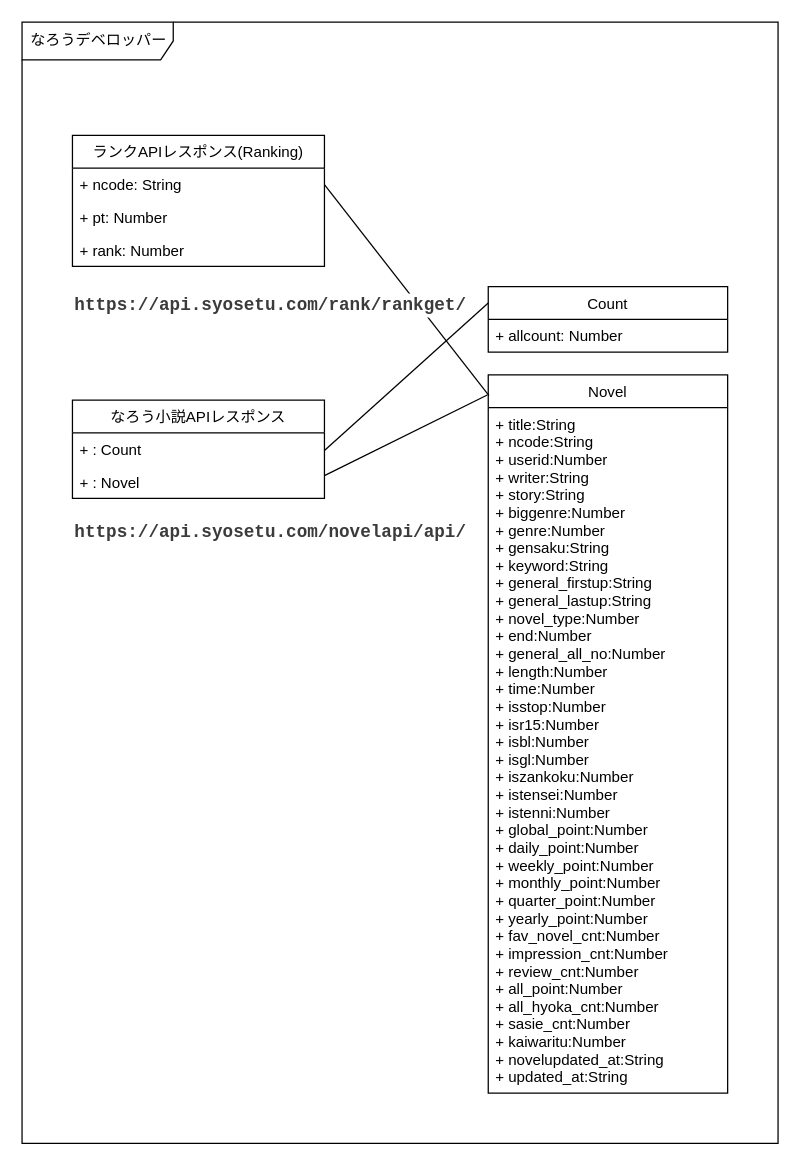
Earlier version of the draw.io diagram page "なろうデベロッパー クラス" (1 of 2) of なろう.drawio (k-irie/narou). Source tidied: cells renumbered, new cells numbered last; positions are measured from the earlier drawing's top-left corner, leaving out a move shared by most shapes. Both pictures are drawn from the tidied source at 126%, with x=0, y=0 at pixel (21, 21).
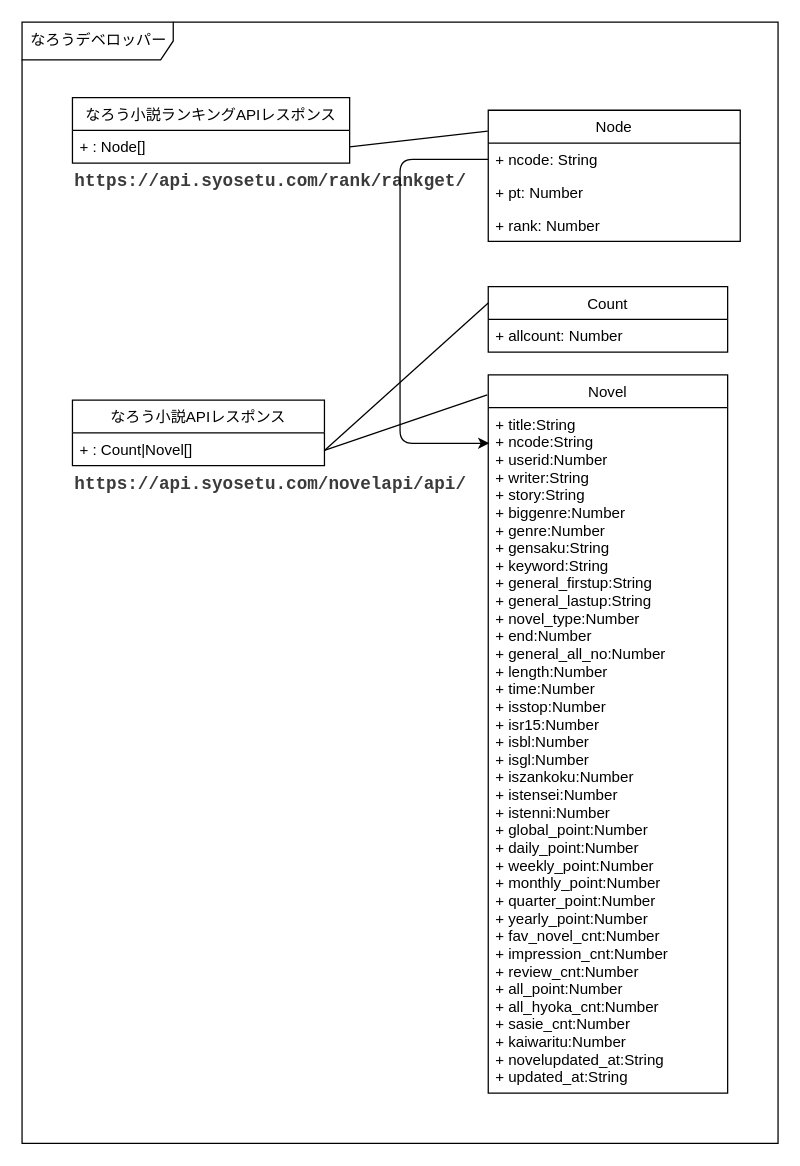
After the change.

Commit message (it also covers changes not shown here):
ドキュメント修正

The change refers to these unchanged cells:
```xml
<mxCell id="12" value="Novel" style="swimlane;fontStyle=0;horizontal=1;startSize=26;fillColor=none;" parent="1" vertex="1">
  <mxGeometry x="370" y="280" width="190" height="570" as="geometry" />
</mxCell>
<mxCell id="13" value="+ title:String&#10;+ ncode:String&#10;+ userid:Number&#10;+ writer:String&#10;+ story:String&#10;+ biggenre:Number&#10;+ genre:Number&#10;+ gensaku:String&#10;+ keyword:String&#10;+ general_firstup:String&#10;+ general_lastup:String&#10;+ novel_type:Number&#10;+ end:Number&#10;+ general_all_no:Number&#10;+ length:Number&#10;+ time:Number&#10;+ isstop:Number&#10;+ isr15:Number&#10;+ isbl:Number&#10;+ isgl:Number&#10;+ iszankoku:Number&#10;+ istensei:Number&#10;+ istenni:Number&#10;+ global_point:Number&#10;+ daily_point:Number&#10;+ weekly_point:Number&#10;+ monthly_point:Number&#10;+ quarter_point:Number&#10;+ yearly_point:Number&#10;+ fav_novel_cnt:Number&#10;+ impression_cnt:Number&#10;+ review_cnt:Number&#10;+ all_point:Number&#10;+ all_hyoka_cnt:Number&#10;+ sasie_cnt:Number&#10;+ kaiwaritu:Number&#10;+ novelupdated_at:String&#10;+ updated_at:String&#10;" style="text;strokeColor=none;fillColor=none;align=left;verticalAlign=top;spacingLeft=4;spacingRight=4;overflow=hidden;points=[[0,0.5],[1,0.5]];portConstraint=eastwest;" parent="12" vertex="1">
  <mxGeometry y="26" width="190" height="544" as="geometry" />
</mxCell>
```

What changed in the source:
```diff
@@
-    <mxCell id="3" value="ランクAPIレスポンス(Ranking)" style="swimlane;fontStyle=0;horizontal=1;startSize=26;fillColor=none;" parent="1" vertex="1">
-      <mxGeometry x="40" y="90" width="200" height="104" as="geometry" />
+    <mxCell id="3" value="なろう小説ランキングAPIレスポンス" style="swimlane;fontStyle=0;horizontal=1;startSize=26;fillColor=none;" parent="1" vertex="1">
+      <mxGeometry x="40" y="60" width="220" height="52" as="geometry" />
     </mxCell>
-    <mxCell id="4" value="+ ncode: String" style="text;strokeColor=none;fillColor=none;align=left;verticalAlign=top;spacingLeft=4;spacingRight=4;overflow=hidden;points=[[0,0.5],[1,0.5]];portConstraint=eastwest;" parent="3" vertex="1">
-      <mxGeometry y="26" width="200" height="26" as="geometry" />
+    <mxCell id="4" value="+ : Node[]" style="text;strokeColor=none;fillColor=none;align=left;verticalAlign=top;spacingLeft=4;spacingRight=4;overflow=hidden;points=[[0,0.5],[1,0.5]];portConstraint=eastwest;" parent="3" vertex="1">
+      <mxGeometry y="26" width="220" height="26" as="geometry" />
     </mxCell>
-    <mxCell id="5" value="+ pt: Number" style="text;strokeColor=none;fillColor=none;align=left;verticalAlign=top;spacingLeft=4;spacingRight=4;overflow=hidden;" parent="3" vertex="1">
-      <mxGeometry y="52" width="200" height="26" as="geometry" />
-    </mxCell>
-    <mxCell id="6" value="+ rank: Number" style="text;strokeColor=none;fillColor=none;align=left;verticalAlign=top;spacingLeft=4;spacingRight=4;overflow=hidden;" parent="3" vertex="1">
-      <mxGeometry y="78" width="200" height="26" as="geometry" />
-    </mxCell>
     <mxCell id="7" value="なろう小説APIレスポンス" style="swimlane;fontStyle=0;horizontal=1;startSize=26;fillColor=none;" parent="1" vertex="1">
-      <mxGeometry x="40" y="300" width="200" height="78" as="geometry" />
+      <mxGeometry x="40" y="300" width="200" height="52" as="geometry" />
     </mxCell>
-    <mxCell id="8" value="+ : Count" style="text;strokeColor=none;fillColor=none;align=left;verticalAlign=top;spacingLeft=4;spacingRight=4;overflow=hidden;points=[[0,0.5],[1,0.5]];portConstraint=eastwest;" parent="7" vertex="1">
+    <mxCell id="8" value="+ : Count|Novel[]" style="text;strokeColor=none;fillColor=none;align=left;verticalAlign=top;spacingLeft=4;spacingRight=4;overflow=hidden;points=[[0,0.5],[1,0.5]];portConstraint=eastwest;" parent="7" vertex="1">
       <mxGeometry y="26" width="200" height="26" as="geometry" />
     </mxCell>
-    <mxCell id="9" value="+ : Novel" style="text;strokeColor=none;fillColor=none;align=left;verticalAlign=top;spacingLeft=4;spacingRight=4;overflow=hidden;points=[[0,0.5],[1,0.5]];portConstraint=eastwest;" parent="7" vertex="1">
-      <mxGeometry y="52" width="200" height="26" as="geometry" />
-    </mxCell>
@@
-    <mxCell id="15" style="edgeStyle=none;html=1;endArrow=none;endFill=0;entryX=-0.004;entryY=0.028;entryDx=0;entryDy=0;entryPerimeter=0;exitX=1;exitY=0.308;exitDx=0;exitDy=0;exitPerimeter=0;" parent="1" edge="1" source="9" target="12">
-      <mxGeometry relative="1" as="geometry" />
+    <mxCell id="15" style="edgeStyle=none;html=1;endArrow=none;endFill=0;entryX=-0.004;entryY=0.028;entryDx=0;entryDy=0;entryPerimeter=0;" parent="1" edge="1" target="12">
+      <mxGeometry relative="1" as="geometry">
+        <mxPoint x="240" y="340" as="sourcePoint" />
+      </mxGeometry>
     </mxCell>
-    <mxCell id="16" style="edgeStyle=none;html=1;entryX=0.003;entryY=0.029;entryDx=0;entryDy=0;entryPerimeter=0;exitX=1;exitY=0.5;exitDx=0;exitDy=0;endArrow=none;endFill=0;" parent="1" edge="1" source="4" target="12">
+    <mxCell id="16" style="edgeStyle=none;html=1;entryX=-0.002;entryY=0.16;entryDx=0;entryDy=0;entryPerimeter=0;exitX=1;exitY=0.5;exitDx=0;exitDy=0;endArrow=none;endFill=0;" parent="1" edge="1" source="4" target="19">
       <mxGeometry relative="1" as="geometry" />
     </mxCell>
     <mxCell id="17" value="&lt;div style=&quot;color: rgb(59, 59, 59); background-color: rgb(255, 255, 255); font-family: &amp;quot;Cascadia Code&amp;quot;, Consolas, &amp;quot;Courier New&amp;quot;, monospace, Consolas, &amp;quot;Courier New&amp;quot;, monospace; font-weight: bold; font-size: 14px; line-height: 19px;&quot;&gt;https://api.syosetu.com/rank/rankget/&lt;/div&gt;" style="text;html=1;align=left;verticalAlign=middle;strokeColor=none;fillColor=none;" parent="1" vertex="1">
-      <mxGeometry x="40" y="210" width="330" height="30" as="geometry" />
+      <mxGeometry x="40" y="112" width="330" height="30" as="geometry" />
     </mxCell>
     <mxCell id="18" value="&lt;div style=&quot;color: rgb(59, 59, 59); background-color: rgb(255, 255, 255); font-family: &amp;quot;Cascadia Code&amp;quot;, Consolas, &amp;quot;Courier New&amp;quot;, monospace, Consolas, &amp;quot;Courier New&amp;quot;, monospace; font-weight: bold; font-size: 14px; line-height: 19px;&quot;&gt;&lt;div style=&quot;line-height: 19px;&quot;&gt;https://api.syosetu.com/novelapi/api/ &lt;/div&gt;&lt;/div&gt;" style="text;html=1;align=left;verticalAlign=middle;strokeColor=none;fillColor=none;" parent="1" vertex="1">
-      <mxGeometry x="40" y="390" width="330" height="30" as="geometry" />
+      <mxGeometry x="40" y="352" width="330" height="30" as="geometry" />
     </mxCell>
+    <mxCell id="19" value="Node" style="swimlane;fontStyle=0;horizontal=1;startSize=26;fillColor=none;" parent="1" vertex="1">
+      <mxGeometry x="370" y="70" width="200" height="104" as="geometry" />
+    </mxCell>
+    <mxCell id="20" value="+ ncode: String" style="text;strokeColor=none;fillColor=none;align=left;verticalAlign=top;spacingLeft=4;spacingRight=4;overflow=hidden;points=[[0,0.5],[1,0.5]];portConstraint=eastwest;" parent="19" vertex="1">
+      <mxGeometry y="26" width="200" height="26" as="geometry" />
+    </mxCell>
+    <mxCell id="5" value="+ pt: Number" style="text;strokeColor=none;fillColor=none;align=left;verticalAlign=top;spacingLeft=4;spacingRight=4;overflow=hidden;" parent="19" vertex="1">
+      <mxGeometry y="52" width="200" height="26" as="geometry" />
+    </mxCell>
+    <mxCell id="6" value="+ rank: Number" style="text;strokeColor=none;fillColor=none;align=left;verticalAlign=top;spacingLeft=4;spacingRight=4;overflow=hidden;" parent="19" vertex="1">
+      <mxGeometry y="78" width="200" height="26" as="geometry" />
+    </mxCell>
+    <mxCell id="21" style="edgeStyle=orthogonalEdgeStyle;html=1;entryX=0.005;entryY=0.052;entryDx=0;entryDy=0;entryPerimeter=0;fontSize=27;" parent="1" edge="1" source="20" target="13">
+      <mxGeometry relative="1" as="geometry">
+        <Array as="points">
+          <mxPoint x="300" y="109" />
+          <mxPoint x="300" y="334" />
+        </Array>
+      </mxGeometry>
+    </mxCell>
```
